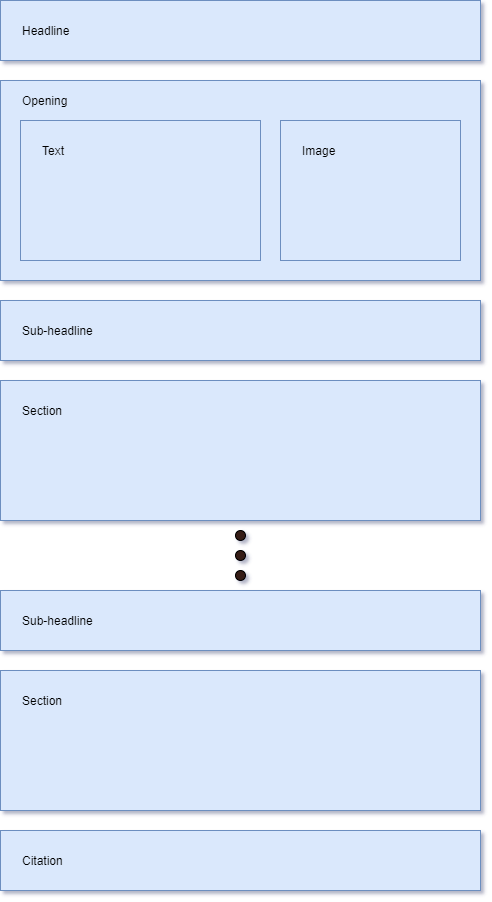
The draw.io diagram draw_io/blog_default_layout.png in WalnutIT/LeoML-Parser, before a commit. Source tidied: cells renumbered, new cells last; positions are measured from the earlier drawing's top-left corner, leaving out a move shared by most shapes. Source of this version:
```xml
<mxGraphModel>
  <root>
    <mxCell id="0" />
    <mxCell id="1" parent="0" />
    <mxCell id="2" value="&lt;p style=&quot;line-height: 120%&quot;&gt;&lt;br&gt;&lt;/p&gt;" style="rounded=0;whiteSpace=wrap;html=1;fillColor=#dae8fc;strokeColor=#6c8ebf;" parent="1" vertex="1">
      <mxGeometry y="80" width="480" height="200" as="geometry" />
    </mxCell>
    <mxCell id="3" value="Opening" style="text;html=1;strokeColor=none;fillColor=none;align=left;verticalAlign=middle;whiteSpace=wrap;rounded=0;" parent="1" vertex="1">
      <mxGeometry x="20" y="90" width="140" height="20" as="geometry" />
    </mxCell>
    <mxCell id="4" style="rounded=0;whiteSpace=wrap;html=1;align=left;fillColor=#dae8fc;strokeColor=#6c8ebf;" parent="1" vertex="1">
      <mxGeometry x="20" y="120" width="240" height="140" as="geometry" />
    </mxCell>
    <mxCell id="5" value="Text" style="text;html=1;strokeColor=none;fillColor=none;align=left;verticalAlign=middle;whiteSpace=wrap;rounded=0;" parent="1" vertex="1">
      <mxGeometry x="40" y="140" width="40" height="20" as="geometry" />
    </mxCell>
    <mxCell id="6" style="rounded=0;whiteSpace=wrap;html=1;align=left;fillColor=#dae8fc;strokeColor=#6c8ebf;" parent="1" vertex="1">
      <mxGeometry x="280" y="120" width="180" height="140" as="geometry" />
    </mxCell>
    <mxCell id="7" value="Image" style="text;html=1;strokeColor=none;fillColor=none;align=left;verticalAlign=middle;whiteSpace=wrap;rounded=0;" parent="1" vertex="1">
      <mxGeometry x="300" y="140" width="40" height="20" as="geometry" />
    </mxCell>
    <mxCell id="8" style="ellipse;whiteSpace=wrap;html=1;align=left;fillColor=#351A13;" parent="1" vertex="1">
      <mxGeometry x="235" y="530" width="10" height="10" as="geometry" />
    </mxCell>
    <mxCell id="9" style="ellipse;whiteSpace=wrap;html=1;align=left;fillColor=#351A13;" parent="1" vertex="1">
      <mxGeometry x="235" y="550" width="10" height="10" as="geometry" />
    </mxCell>
    <mxCell id="10" style="ellipse;whiteSpace=wrap;html=1;align=left;fillColor=#351A13;" parent="1" vertex="1">
      <mxGeometry x="235" y="570" width="10" height="10" as="geometry" />
    </mxCell>
    <mxCell id="11" style="group;fillColor=#dae8fc;strokeColor=none;" parent="1" vertex="1">
      <mxGeometry y="300" width="480" height="60" as="geometry" />
    </mxCell>
    <mxCell id="12" style="rounded=0;whiteSpace=wrap;html=1;align=left;fillColor=#dae8fc;strokeColor=#6c8ebf;" parent="11" vertex="1">
      <mxGeometry width="480" height="60" as="geometry" />
    </mxCell>
    <mxCell id="13" value="Sub-headline" style="text;html=1;strokeColor=none;fillColor=#dae8fc;align=left;verticalAlign=middle;whiteSpace=wrap;rounded=0;" parent="11" vertex="1">
      <mxGeometry x="20" y="20" width="140" height="20" as="geometry" />
    </mxCell>
    <mxCell id="14" style="group;" parent="1" vertex="1">
      <mxGeometry y="380" width="480" height="140" as="geometry" />
    </mxCell>
    <mxCell id="15" style="rounded=0;whiteSpace=wrap;html=1;align=left;fillColor=#dae8fc;strokeColor=#6c8ebf;" parent="14" vertex="1">
      <mxGeometry width="480" height="140" as="geometry" />
    </mxCell>
    <mxCell id="16" value="Section" style="text;html=1;strokeColor=none;fillColor=none;align=left;verticalAlign=middle;whiteSpace=wrap;rounded=0;" parent="14" vertex="1">
      <mxGeometry x="20" y="20" width="90" height="20" as="geometry" />
    </mxCell>
    <mxCell id="17" style="group;" parent="1" vertex="1">
      <mxGeometry y="590" width="480" height="60" as="geometry" />
    </mxCell>
    <mxCell id="18" style="rounded=0;whiteSpace=wrap;html=1;align=left;fillColor=#dae8fc;strokeColor=#6c8ebf;" parent="17" vertex="1">
      <mxGeometry width="480" height="60" as="geometry" />
    </mxCell>
    <mxCell id="19" value="Sub-headline" style="text;html=1;strokeColor=none;fillColor=none;align=left;verticalAlign=middle;whiteSpace=wrap;rounded=0;" parent="17" vertex="1">
      <mxGeometry x="20" y="20" width="140" height="20" as="geometry" />
    </mxCell>
    <mxCell id="20" style="group;" parent="1" vertex="1">
      <mxGeometry y="670" width="480" height="140" as="geometry" />
    </mxCell>
    <mxCell id="21" style="rounded=0;whiteSpace=wrap;html=1;align=left;fillColor=#dae8fc;strokeColor=#6c8ebf;" parent="20" vertex="1">
      <mxGeometry width="480" height="140" as="geometry" />
    </mxCell>
    <mxCell id="22" value="Section" style="text;html=1;strokeColor=none;fillColor=none;align=left;verticalAlign=middle;whiteSpace=wrap;rounded=0;" parent="20" vertex="1">
      <mxGeometry x="20" y="20" width="90" height="20" as="geometry" />
    </mxCell>
    <mxCell id="23" style="group;fillColor=#dae8fc;strokeColor=#6c8ebf;" parent="1" vertex="1">
      <mxGeometry width="480" height="60" as="geometry" />
    </mxCell>
    <mxCell id="24" style="rounded=0;whiteSpace=wrap;html=1;fillColor=#dae8fc;strokeColor=#6c8ebf;" parent="23" vertex="1">
      <mxGeometry width="480" height="60" as="geometry" />
    </mxCell>
    <mxCell id="25" value="Headline" style="text;html=1;strokeColor=none;fillColor=#dae8fc;align=left;verticalAlign=middle;whiteSpace=wrap;rounded=0;" parent="23" vertex="1">
      <mxGeometry x="20" y="20" width="140" height="20" as="geometry" />
    </mxCell>
    <mxCell id="26" style="group;" parent="1" vertex="1">
      <mxGeometry y="830" width="480" height="60" as="geometry" />
    </mxCell>
    <mxCell id="27" style="rounded=0;whiteSpace=wrap;html=1;fillColor=#dae8fc;strokeColor=#6c8ebf;" parent="26" vertex="1">
      <mxGeometry width="480" height="60" as="geometry" />
    </mxCell>
    <mxCell id="28" value="Citation" style="text;html=1;strokeColor=none;fillColor=none;align=left;verticalAlign=middle;whiteSpace=wrap;rounded=0;" parent="26" vertex="1">
      <mxGeometry x="20" y="20" width="140" height="20" as="geometry" />
    </mxCell>
  </root>
</mxGraphModel>
```
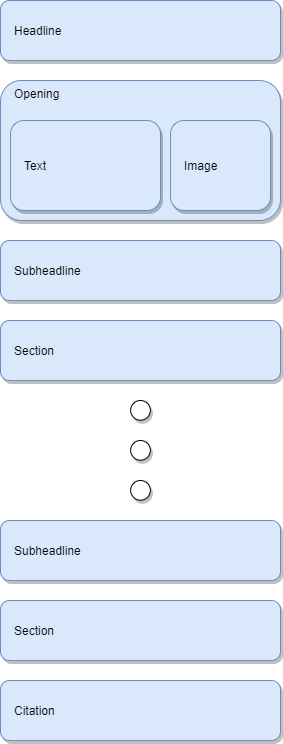
Above is the later version.

Commit message:
updated blog_default_layout and added draw.io files

The edit, as a diff of the source:
```diff
@@ -2,86 +2,41 @@
   <root>
     <mxCell id="0" />
     <mxCell id="1" parent="0" />
-    <mxCell id="2" value="&lt;p style=&quot;line-height: 120%&quot;&gt;&lt;br&gt;&lt;/p&gt;" style="rounded=0;whiteSpace=wrap;html=1;fillColor=#dae8fc;strokeColor=#6c8ebf;" parent="1" vertex="1">
-      <mxGeometry y="80" width="480" height="200" as="geometry" />
-    </mxCell>
+    <mxCell id="25" value="Headline" style="rounded=1;whiteSpace=wrap;html=1;fillColor=#dae8fc;strokeColor=#6c8ebf;align=left;labelPosition=center;verticalLabelPosition=middle;verticalAlign=middle;spacingLeft=12;shadow=1;glass=0;comic=0;" parent="1" vertex="1">
+      <mxGeometry x="-160" y="80" width="280" height="60" as="geometry" />
+    </mxCell>
-    <mxCell id="3" value="Opening" style="text;html=1;strokeColor=none;fillColor=none;align=left;verticalAlign=middle;whiteSpace=wrap;rounded=0;" parent="1" vertex="1">
-      <mxGeometry x="20" y="90" width="140" height="20" as="geometry" />
+    <mxCell id="3" value="Opening" style="rounded=1;whiteSpace=wrap;html=1;fillColor=#dae8fc;strokeColor=#6c8ebf;align=left;labelPosition=center;verticalLabelPosition=middle;verticalAlign=top;spacingLeft=12;shadow=1;glass=0;comic=0;" parent="1" vertex="1">
+      <mxGeometry x="-160" y="160" width="280" height="140" as="geometry" />
     </mxCell>
-    <mxCell id="4" style="rounded=0;whiteSpace=wrap;html=1;align=left;fillColor=#dae8fc;strokeColor=#6c8ebf;" parent="1" vertex="1">
-      <mxGeometry x="20" y="120" width="240" height="140" as="geometry" />
-    </mxCell>
+    <mxCell id="29" value="Subheadline" style="rounded=1;whiteSpace=wrap;html=1;fillColor=#dae8fc;strokeColor=#6c8ebf;align=left;labelPosition=center;verticalLabelPosition=middle;verticalAlign=middle;spacingLeft=12;shadow=1;glass=0;comic=0;" parent="1" vertex="1">
+      <mxGeometry x="-160" y="320" width="280" height="60" as="geometry" />
+    </mxCell>
+    <mxCell id="30" value="Section" style="rounded=1;whiteSpace=wrap;html=1;fillColor=#dae8fc;strokeColor=#6c8ebf;align=left;labelPosition=center;verticalLabelPosition=middle;verticalAlign=middle;spacingLeft=12;shadow=1;glass=0;comic=0;" parent="1" vertex="1">
+      <mxGeometry x="-160" y="400" width="280" height="60" as="geometry" />
+    </mxCell>
+    <mxCell id="31" style="ellipse;whiteSpace=wrap;html=1;rounded=1;shadow=1;glass=0;comic=0;align=left;" parent="1" vertex="1">
+      <mxGeometry x="-29.8" y="480" width="19.7" height="19.7" as="geometry" />
+    </mxCell>
+    <mxCell id="32" style="ellipse;whiteSpace=wrap;html=1;rounded=1;shadow=1;glass=0;comic=0;align=left;" parent="1" vertex="1">
+      <mxGeometry x="-29.8" y="560" width="19.7" height="19.7" as="geometry" />
+    </mxCell>
+    <mxCell id="33" style="ellipse;whiteSpace=wrap;html=1;rounded=1;shadow=1;glass=0;comic=0;align=left;" parent="1" vertex="1">
+      <mxGeometry x="-29.8" y="520" width="19.7" height="19.7" as="geometry" />
+    </mxCell>
+    <mxCell id="34" value="Subheadline" style="rounded=1;whiteSpace=wrap;html=1;fillColor=#dae8fc;strokeColor=#6c8ebf;align=left;labelPosition=center;verticalLabelPosition=middle;verticalAlign=middle;spacingLeft=12;shadow=1;glass=0;comic=0;" parent="1" vertex="1">
+      <mxGeometry x="-160" y="600" width="280" height="60" as="geometry" />
+    </mxCell>
+    <mxCell id="35" value="Section" style="rounded=1;whiteSpace=wrap;html=1;fillColor=#dae8fc;strokeColor=#6c8ebf;align=left;labelPosition=center;verticalLabelPosition=middle;verticalAlign=middle;spacingLeft=12;shadow=1;glass=0;comic=0;" parent="1" vertex="1">
+      <mxGeometry x="-160" y="680" width="280" height="60" as="geometry" />
+    </mxCell>
+    <mxCell id="28" value="Citation" style="rounded=1;whiteSpace=wrap;html=1;fillColor=#dae8fc;strokeColor=#6c8ebf;align=left;labelPosition=center;verticalLabelPosition=middle;verticalAlign=middle;spacingLeft=12;shadow=1;glass=0;comic=0;" parent="1" vertex="1">
+      <mxGeometry x="-160" y="760" width="280" height="60" as="geometry" />
+    </mxCell>
-    <mxCell id="5" value="Text" style="text;html=1;strokeColor=none;fillColor=none;align=left;verticalAlign=middle;whiteSpace=wrap;rounded=0;" parent="1" vertex="1">
-      <mxGeometry x="40" y="140" width="40" height="20" as="geometry" />
+    <mxCell id="5" value="Text" style="rounded=1;whiteSpace=wrap;html=1;fillColor=#dae8fc;strokeColor=#6c8ebf;align=left;labelPosition=center;verticalLabelPosition=middle;verticalAlign=middle;spacingLeft=12;shadow=1;glass=0;comic=0;" parent="1" vertex="1">
+      <mxGeometry x="-150" y="200" width="150" height="90" as="geometry" />
     </mxCell>
-    <mxCell id="6" style="rounded=0;whiteSpace=wrap;html=1;align=left;fillColor=#dae8fc;strokeColor=#6c8ebf;" parent="1" vertex="1">
-      <mxGeometry x="280" y="120" width="180" height="140" as="geometry" />
-    </mxCell>
-    <mxCell id="7" value="Image" style="text;html=1;strokeColor=none;fillColor=none;align=left;verticalAlign=middle;whiteSpace=wrap;rounded=0;" parent="1" vertex="1">
-      <mxGeometry x="300" y="140" width="40" height="20" as="geometry" />
+    <mxCell id="7" value="Image" style="rounded=1;whiteSpace=wrap;html=1;fillColor=#dae8fc;strokeColor=#6c8ebf;align=left;labelPosition=center;verticalLabelPosition=middle;verticalAlign=middle;spacingLeft=12;shadow=1;glass=0;comic=0;" parent="1" vertex="1">
+      <mxGeometry x="10" y="200" width="100" height="90" as="geometry" />
     </mxCell>
-    <mxCell id="8" style="ellipse;whiteSpace=wrap;html=1;align=left;fillColor=#351A13;" parent="1" vertex="1">
-      <mxGeometry x="235" y="530" width="10" height="10" as="geometry" />
-    </mxCell>
-    <mxCell id="9" style="ellipse;whiteSpace=wrap;html=1;align=left;fillColor=#351A13;" parent="1" vertex="1">
-      <mxGeometry x="235" y="550" width="10" height="10" as="geometry" />
-    </mxCell>
-    <mxCell id="10" style="ellipse;whiteSpace=wrap;html=1;align=left;fillColor=#351A13;" parent="1" vertex="1">
-      <mxGeometry x="235" y="570" width="10" height="10" as="geometry" />
-    </mxCell>
-    <mxCell id="11" style="group;fillColor=#dae8fc;strokeColor=none;" parent="1" vertex="1">
-      <mxGeometry y="300" width="480" height="60" as="geometry" />
-    </mxCell>
-    <mxCell id="12" style="rounded=0;whiteSpace=wrap;html=1;align=left;fillColor=#dae8fc;strokeColor=#6c8ebf;" parent="11" vertex="1">
-      <mxGeometry width="480" height="60" as="geometry" />
-    </mxCell>
-    <mxCell id="13" value="Sub-headline" style="text;html=1;strokeColor=none;fillColor=#dae8fc;align=left;verticalAlign=middle;whiteSpace=wrap;rounded=0;" parent="11" vertex="1">
-      <mxGeometry x="20" y="20" width="140" height="20" as="geometry" />
-    </mxCell>
-    <mxCell id="14" style="group;" parent="1" vertex="1">
-      <mxGeometry y="380" width="480" height="140" as="geometry" />
-    </mxCell>
-    <mxCell id="15" style="rounded=0;whiteSpace=wrap;html=1;align=left;fillColor=#dae8fc;strokeColor=#6c8ebf;" parent="14" vertex="1">
-      <mxGeometry width="480" height="140" as="geometry" />
-    </mxCell>
-    <mxCell id="16" value="Section" style="text;html=1;strokeColor=none;fillColor=none;align=left;verticalAlign=middle;whiteSpace=wrap;rounded=0;" parent="14" vertex="1">
-      <mxGeometry x="20" y="20" width="90" height="20" as="geometry" />
-    </mxCell>
-    <mxCell id="17" style="group;" parent="1" vertex="1">
-      <mxGeometry y="590" width="480" height="60" as="geometry" />
-    </mxCell>
-    <mxCell id="18" style="rounded=0;whiteSpace=wrap;html=1;align=left;fillColor=#dae8fc;strokeColor=#6c8ebf;" parent="17" vertex="1">
-      <mxGeometry width="480" height="60" as="geometry" />
-    </mxCell>
-    <mxCell id="19" value="Sub-headline" style="text;html=1;strokeColor=none;fillColor=none;align=left;verticalAlign=middle;whiteSpace=wrap;rounded=0;" parent="17" vertex="1">
-      <mxGeometry x="20" y="20" width="140" height="20" as="geometry" />
-    </mxCell>
-    <mxCell id="20" style="group;" parent="1" vertex="1">
-      <mxGeometry y="670" width="480" height="140" as="geometry" />
-    </mxCell>
-    <mxCell id="21" style="rounded=0;whiteSpace=wrap;html=1;align=left;fillColor=#dae8fc;strokeColor=#6c8ebf;" parent="20" vertex="1">
-      <mxGeometry width="480" height="140" as="geometry" />
-    </mxCell>
-    <mxCell id="22" value="Section" style="text;html=1;strokeColor=none;fillColor=none;align=left;verticalAlign=middle;whiteSpace=wrap;rounded=0;" parent="20" vertex="1">
-      <mxGeometry x="20" y="20" width="90" height="20" as="geometry" />
-    </mxCell>
-    <mxCell id="23" style="group;fillColor=#dae8fc;strokeColor=#6c8ebf;" parent="1" vertex="1">
-      <mxGeometry width="480" height="60" as="geometry" />
-    </mxCell>
-    <mxCell id="24" style="rounded=0;whiteSpace=wrap;html=1;fillColor=#dae8fc;strokeColor=#6c8ebf;" parent="23" vertex="1">
-      <mxGeometry width="480" height="60" as="geometry" />
-    </mxCell>
-    <mxCell id="25" value="Headline" style="text;html=1;strokeColor=none;fillColor=#dae8fc;align=left;verticalAlign=middle;whiteSpace=wrap;rounded=0;" parent="23" vertex="1">
-      <mxGeometry x="20" y="20" width="140" height="20" as="geometry" />
-    </mxCell>
-    <mxCell id="26" style="group;" parent="1" vertex="1">
-      <mxGeometry y="830" width="480" height="60" as="geometry" />
-    </mxCell>
-    <mxCell id="27" style="rounded=0;whiteSpace=wrap;html=1;fillColor=#dae8fc;strokeColor=#6c8ebf;" parent="26" vertex="1">
-      <mxGeometry width="480" height="60" as="geometry" />
-    </mxCell>
-    <mxCell id="28" value="Citation" style="text;html=1;strokeColor=none;fillColor=none;align=left;verticalAlign=middle;whiteSpace=wrap;rounded=0;" parent="26" vertex="1">
-      <mxGeometry x="20" y="20" width="140" height="20" as="geometry" />
-    </mxCell>
   </root>
 </mxGraphModel>
```
